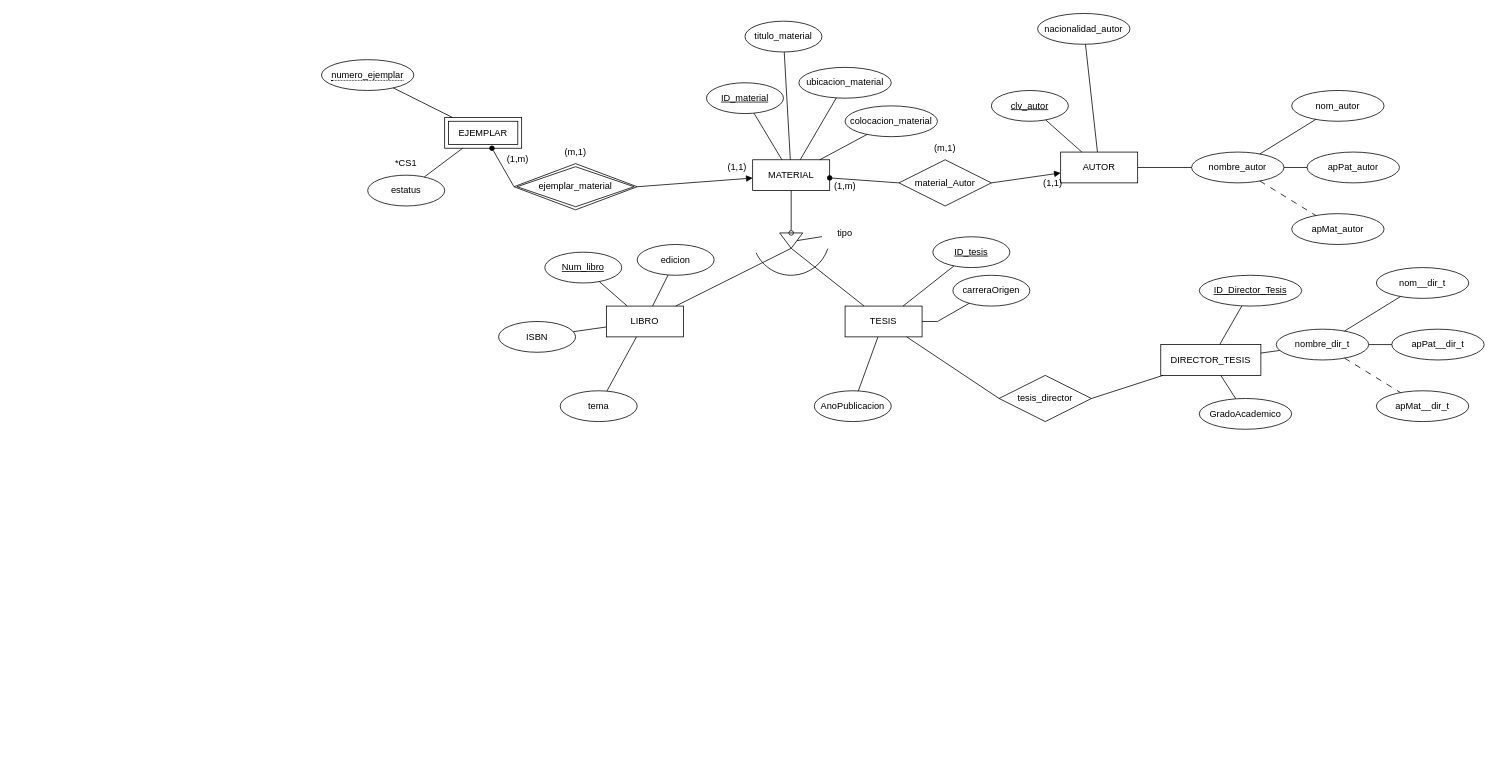
FernandoREX/BD_Biblioteca keeps this draw.io diagram as Diagra_Conceptual_BD_Biblioteca.drawio. Above is the earlier version. Source tidied: cells renumbered, new cells numbered last; positions are measured from the earlier drawing's top-left corner, leaving out a move shared by most shapes. Both pictures are drawn from the tidied source at 77%, with x=0, y=0 at pixel (321, 13).
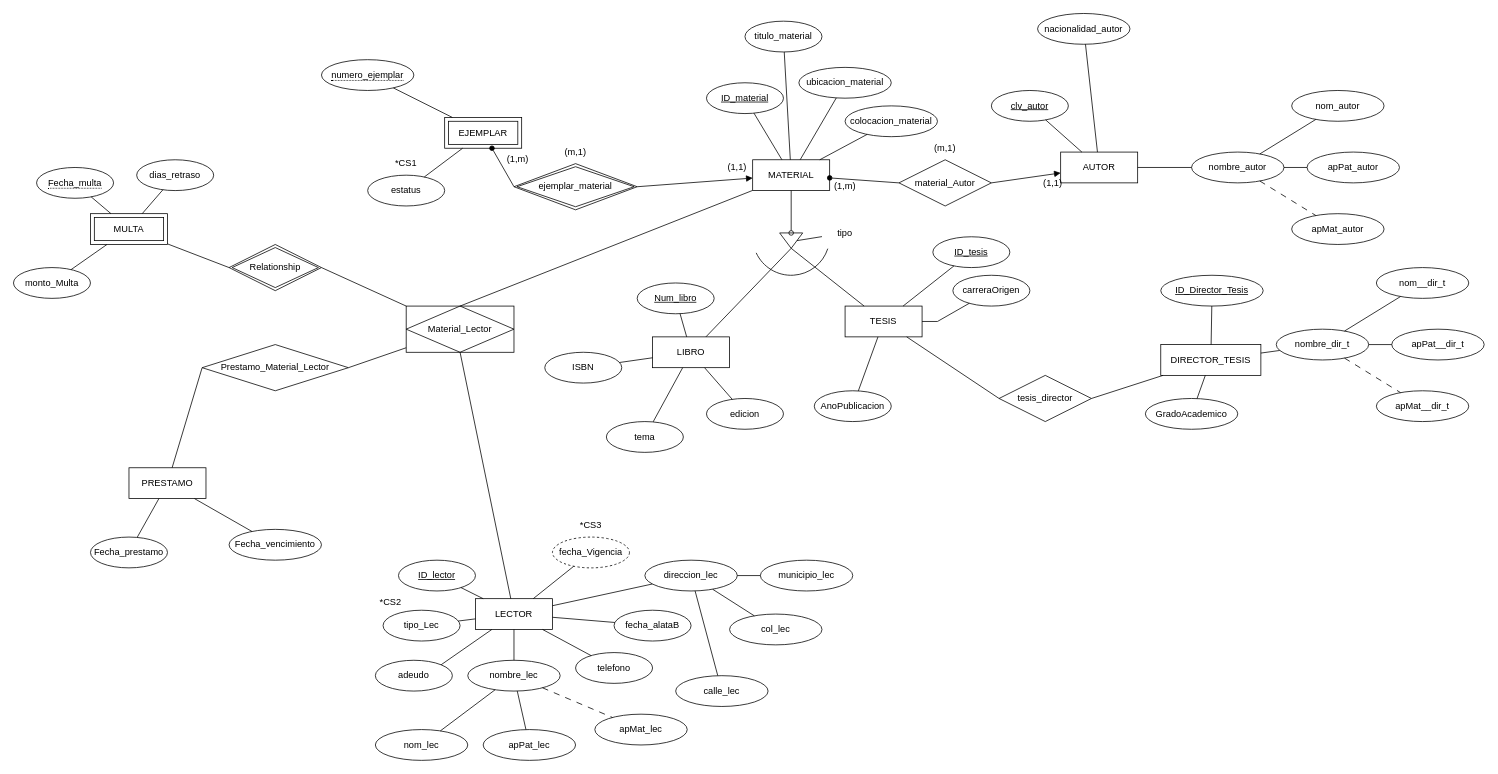
The same diagram, later.

Unchanged cells that the change refers to:
```xml
<mxCell id="2" value="MATERIAL" style="whiteSpace=wrap;html=1;align=center;" parent="1" vertex="1">
  <mxGeometry x="560" y="190" width="100" height="40" as="geometry" />
</mxCell>
```

Diff of the diagram source:
```diff
@@
     <mxCell id="30" value="LIBRO" style="whiteSpace=wrap;html=1;align=center;" parent="1" vertex="1">
-      <mxGeometry x="370" y="380" width="100" height="40" as="geometry" />
+      <mxGeometry x="430" y="420" width="100" height="40" as="geometry" />
     </mxCell>
     <mxCell id="31" value="&lt;u&gt;Num_libro&lt;br&gt;&lt;/u&gt;" style="ellipse;whiteSpace=wrap;html=1;align=center;" parent="1" vertex="1">
-      <mxGeometry x="290" y="310" width="100" height="40" as="geometry" />
+      <mxGeometry x="410" y="350" width="100" height="40" as="geometry" />
     </mxCell>
     <mxCell id="32" value="ISBN" style="ellipse;whiteSpace=wrap;html=1;align=center;" parent="1" vertex="1">
-      <mxGeometry x="230" y="400" width="100" height="40" as="geometry" />
+      <mxGeometry x="290" y="440" width="100" height="40" as="geometry" />
     </mxCell>
     <mxCell id="33" value="edicion" style="ellipse;whiteSpace=wrap;html=1;align=center;" parent="1" vertex="1">
-      <mxGeometry x="410" y="300" width="100" height="40" as="geometry" />
+      <mxGeometry x="500" y="500" width="100" height="40" as="geometry" />
     </mxCell>
     <mxCell id="34" value="tema" style="ellipse;whiteSpace=wrap;html=1;align=center;" parent="1" vertex="1">
-      <mxGeometry x="310" y="490" width="100" height="40" as="geometry" />
+      <mxGeometry x="370" y="530" width="100" height="40" as="geometry" />
     </mxCell>
@@
     <mxCell id="54" value="&lt;u&gt;ID_Director_Tesis&lt;br&gt;&lt;/u&gt;" style="ellipse;whiteSpace=wrap;html=1;align=center;" parent="1" vertex="1">
-      <mxGeometry x="1140" y="340" width="133" height="40" as="geometry" />
+      <mxGeometry x="1090" y="340" width="133" height="40" as="geometry" />
     </mxCell>
@@
     <mxCell id="62" value="GradoAcademico" style="ellipse;whiteSpace=wrap;html=1;align=center;" parent="1" vertex="1">
-      <mxGeometry x="1140" y="500" width="120" height="40" as="geometry" />
+      <mxGeometry x="1070" y="500" width="120" height="40" as="geometry" />
     </mxCell>
@@
+    <mxCell id="81" value="LECTOR" style="whiteSpace=wrap;html=1;align=center;" parent="1" vertex="1">
+      <mxGeometry x="200" y="760" width="100" height="40" as="geometry" />
+    </mxCell>
+    <mxCell id="82" value="ID_lector" style="ellipse;whiteSpace=wrap;html=1;align=center;fontStyle=4;" parent="1" vertex="1">
+      <mxGeometry x="100" y="710" width="100" height="40" as="geometry" />
+    </mxCell>
+    <mxCell id="83" value="tipo_Lec" style="ellipse;whiteSpace=wrap;html=1;align=center;" parent="1" vertex="1">
+      <mxGeometry x="80" y="775" width="100" height="40" as="geometry" />
+    </mxCell>
+    <mxCell id="84" value="*CS2" style="text;strokeColor=none;align=center;fillColor=none;html=1;verticalAlign=middle;whiteSpace=wrap;rounded=0;" parent="1" vertex="1">
+      <mxGeometry x="60" y="750" width="60" height="30" as="geometry" />
+    </mxCell>
+    <mxCell id="85" value="nombre_lec" style="ellipse;whiteSpace=wrap;html=1;align=center;" parent="1" vertex="1">
+      <mxGeometry x="190" y="840" width="120" height="40" as="geometry" />
+    </mxCell>
+    <mxCell id="86" value="apMat_lec" style="ellipse;whiteSpace=wrap;html=1;align=center;" parent="1" vertex="1">
+      <mxGeometry x="355" y="910" width="120" height="40" as="geometry" />
+    </mxCell>
+    <mxCell id="87" value="apPat_lec" style="ellipse;whiteSpace=wrap;html=1;align=center;" parent="1" vertex="1">
+      <mxGeometry x="210" y="930" width="120" height="40" as="geometry" />
+    </mxCell>
+    <mxCell id="88" value="nom_lec" style="ellipse;whiteSpace=wrap;html=1;align=center;" parent="1" vertex="1">
+      <mxGeometry x="70" y="930" width="120" height="40" as="geometry" />
+    </mxCell>
+    <mxCell id="89" style="endArrow=none;html=1;rounded=0;" parent="1" edge="1" source="85" target="88">
+      <mxGeometry relative="1" as="geometry" />
+    </mxCell>
+    <mxCell id="90" style="endArrow=none;html=1;rounded=0;" parent="1" edge="1" source="85" target="87">
+      <mxGeometry relative="1" as="geometry" />
+    </mxCell>
+    <mxCell id="91" style="endArrow=none;html=1;rounded=0;dashed=1;dashPattern=8 8;" parent="1" edge="1" source="85" target="86">
+      <mxGeometry relative="1" as="geometry" />
+    </mxCell>
+    <mxCell id="92" value="telefono" style="ellipse;whiteSpace=wrap;html=1;align=center;" parent="1" vertex="1">
+      <mxGeometry x="330" y="830" width="100" height="40" as="geometry" />
+    </mxCell>
+    <mxCell id="93" value="adeudo" style="ellipse;whiteSpace=wrap;html=1;align=center;" parent="1" vertex="1">
+      <mxGeometry x="70" y="840" width="100" height="40" as="geometry" />
+    </mxCell>
+    <mxCell id="94" value="fecha_alataB" style="ellipse;whiteSpace=wrap;html=1;align=center;" parent="1" vertex="1">
+      <mxGeometry x="380" y="775" width="100" height="40" as="geometry" />
+    </mxCell>
+    <mxCell id="95" value="fecha_Vigencia" style="ellipse;whiteSpace=wrap;html=1;align=center;dashed=1;" parent="1" vertex="1">
+      <mxGeometry x="300" y="680" width="100" height="40" as="geometry" />
+    </mxCell>
+    <mxCell id="96" value="*CS3" style="text;strokeColor=none;align=center;fillColor=none;html=1;verticalAlign=middle;whiteSpace=wrap;rounded=0;" parent="1" vertex="1">
+      <mxGeometry x="320" y="650" width="60" height="30" as="geometry" />
+    </mxCell>
+    <mxCell id="97" style="endArrow=none;html=1;rounded=0;" parent="1" edge="1" source="81" target="95">
+      <mxGeometry relative="1" as="geometry" />
+    </mxCell>
+    <mxCell id="98" style="endArrow=none;html=1;rounded=0;" parent="1" edge="1" source="81" target="94">
+      <mxGeometry relative="1" as="geometry" />
+    </mxCell>
+    <mxCell id="99" style="endArrow=none;html=1;rounded=0;" parent="1" edge="1" source="81" target="92">
+      <mxGeometry relative="1" as="geometry" />
+    </mxCell>
+    <mxCell id="100" style="endArrow=none;html=1;rounded=0;" parent="1" edge="1" source="81" target="85">
+      <mxGeometry relative="1" as="geometry" />
+    </mxCell>
+    <mxCell id="101" style="endArrow=none;html=1;rounded=0;entryX=1;entryY=0;entryDx=0;entryDy=0;" parent="1" edge="1" source="81" target="93">
+      <mxGeometry relative="1" as="geometry" />
+    </mxCell>
+    <mxCell id="102" style="endArrow=none;html=1;rounded=0;" parent="1" edge="1" source="81" target="83">
+      <mxGeometry relative="1" as="geometry" />
+    </mxCell>
+    <mxCell id="103" style="endArrow=none;html=1;rounded=0;" parent="1" edge="1" source="81" target="82">
+      <mxGeometry relative="1" as="geometry" />
+    </mxCell>
+    <mxCell id="104" value="municipio_lec" style="ellipse;whiteSpace=wrap;html=1;align=center;" parent="1" vertex="1">
+      <mxGeometry x="570" y="710" width="120" height="40" as="geometry" />
+    </mxCell>
+    <mxCell id="105" value="col_lec" style="ellipse;whiteSpace=wrap;html=1;align=center;" parent="1" vertex="1">
+      <mxGeometry x="530" y="780" width="120" height="40" as="geometry" />
+    </mxCell>
+    <mxCell id="106" style="endArrow=none;html=1;rounded=0;" parent="1" edge="1" source="107" target="105">
+      <mxGeometry relative="1" as="geometry" />
+    </mxCell>
+    <mxCell id="107" value="direccion_lec" style="ellipse;whiteSpace=wrap;html=1;align=center;" parent="1" vertex="1">
+      <mxGeometry x="420" y="710" width="120" height="40" as="geometry" />
+    </mxCell>
+    <mxCell id="108" style="endArrow=none;html=1;rounded=0;" parent="1" edge="1" source="107" target="109">
+      <mxGeometry relative="1" as="geometry" />
+    </mxCell>
+    <mxCell id="109" value="calle_lec" style="ellipse;whiteSpace=wrap;html=1;align=center;" parent="1" vertex="1">
+      <mxGeometry x="460" y="860" width="120" height="40" as="geometry" />
+    </mxCell>
+    <mxCell id="110" style="endArrow=none;html=1;rounded=0;" parent="1" edge="1" source="107" target="104">
+      <mxGeometry relative="1" as="geometry" />
+    </mxCell>
+    <mxCell id="111" style="endArrow=none;html=1;rounded=0;" parent="1" edge="1" source="81" target="107">
+      <mxGeometry relative="1" as="geometry" />
+    </mxCell>
+    <mxCell id="112" value="PRESTAMO" style="whiteSpace=wrap;html=1;align=center;" parent="1" vertex="1">
+      <mxGeometry x="-250" y="590" width="100" height="40" as="geometry" />
+    </mxCell>
+    <mxCell id="113" value="Fecha_prestamo" style="ellipse;whiteSpace=wrap;html=1;align=center;" parent="1" vertex="1">
+      <mxGeometry x="-300" y="680" width="100" height="40" as="geometry" />
+    </mxCell>
+    <mxCell id="114" value="Fecha_vencimiento" style="ellipse;whiteSpace=wrap;html=1;align=center;" parent="1" vertex="1">
+      <mxGeometry x="-120" y="670" width="120" height="40" as="geometry" />
+    </mxCell>
+    <mxCell id="115" value="Material_Lector" style="shape=associativeEntity;whiteSpace=wrap;html=1;align=center;" parent="1" vertex="1">
+      <mxGeometry x="110" y="380" width="140" height="60" as="geometry" />
+    </mxCell>
+    <mxCell id="116" style="endArrow=none;html=1;rounded=0;exitX=0.5;exitY=0;exitDx=0;exitDy=0;" parent="1" edge="1" source="115" target="2">
+      <mxGeometry relative="1" as="geometry" />
+    </mxCell>
+    <mxCell id="117" style="endArrow=none;html=1;rounded=0;exitX=0.5;exitY=1;exitDx=0;exitDy=0;" parent="1" edge="1" source="115" target="81">
+      <mxGeometry relative="1" as="geometry" />
+    </mxCell>
+    <mxCell id="118" style="endArrow=none;html=1;rounded=0;" parent="1" edge="1" source="113" target="112">
+      <mxGeometry relative="1" as="geometry" />
+    </mxCell>
+    <mxCell id="119" style="endArrow=none;html=1;rounded=0;" parent="1" edge="1" source="114" target="112">
+      <mxGeometry relative="1" as="geometry" />
+    </mxCell>
+    <mxCell id="120" value="Prestamo_Material_Lector" style="shape=rhombus;perimeter=rhombusPerimeter;whiteSpace=wrap;html=1;align=center;" parent="1" vertex="1">
+      <mxGeometry x="-155" y="430" width="190" height="60" as="geometry" />
+    </mxCell>
+    <mxCell id="121" style="endArrow=none;html=1;rounded=0;exitX=0;exitY=0.5;exitDx=0;exitDy=0;" parent="1" edge="1" source="120" target="112">
+      <mxGeometry relative="1" as="geometry" />
+    </mxCell>
+    <mxCell id="122" style="endArrow=none;html=1;rounded=0;exitX=1;exitY=0.5;exitDx=0;exitDy=0;" parent="1" edge="1" source="120" target="115">
+      <mxGeometry relative="1" as="geometry" />
+    </mxCell>
+    <mxCell id="123" value="MULTA" style="shape=ext;margin=3;double=1;whiteSpace=wrap;html=1;align=center;" parent="1" vertex="1">
+      <mxGeometry x="-300" y="260" width="100" height="40" as="geometry" />
+    </mxCell>
+    <mxCell id="124" value="&lt;span style=&quot;border-bottom: 1px dotted&quot;&gt;Fecha_multa&lt;br&gt;&lt;/span&gt;" style="ellipse;whiteSpace=wrap;html=1;align=center;" parent="1" vertex="1">
+      <mxGeometry x="-370" y="200" width="100" height="40" as="geometry" />
+    </mxCell>
+    <mxCell id="125" value="dias_retraso" style="ellipse;whiteSpace=wrap;html=1;align=center;" parent="1" vertex="1">
+      <mxGeometry x="-240" y="190" width="100" height="40" as="geometry" />
+    </mxCell>
+    <mxCell id="126" value="monto_Multa" style="ellipse;whiteSpace=wrap;html=1;align=center;" parent="1" vertex="1">
+      <mxGeometry x="-400" y="330" width="100" height="40" as="geometry" />
+    </mxCell>
+    <mxCell id="127" value="Relationship" style="shape=rhombus;double=1;perimeter=rhombusPerimeter;whiteSpace=wrap;html=1;align=center;" parent="1" vertex="1">
+      <mxGeometry x="-120" y="300" width="120" height="60" as="geometry" />
+    </mxCell>
+    <mxCell id="128" style="endArrow=none;html=1;rounded=0;entryX=0;entryY=0.5;entryDx=0;entryDy=0;" parent="1" edge="1" source="123" target="127">
+      <mxGeometry relative="1" as="geometry" />
+    </mxCell>
+    <mxCell id="129" style="endArrow=none;html=1;rounded=0;entryX=1;entryY=0.5;entryDx=0;entryDy=0;exitX=0;exitY=0;exitDx=0;exitDy=0;" parent="1" edge="1" source="115" target="127">
+      <mxGeometry relative="1" as="geometry" />
+    </mxCell>
+    <mxCell id="130" style="endArrow=none;html=1;rounded=0;" parent="1" edge="1" source="123" target="126">
+      <mxGeometry relative="1" as="geometry" />
+    </mxCell>
+    <mxCell id="131" style="endArrow=none;html=1;rounded=0;" parent="1" edge="1" source="125" target="123">
+      <mxGeometry relative="1" as="geometry" />
+    </mxCell>
+    <mxCell id="132" style="endArrow=none;html=1;rounded=0;" parent="1" edge="1" source="124" target="123">
+      <mxGeometry relative="1" as="geometry" />
+    </mxCell>
```
